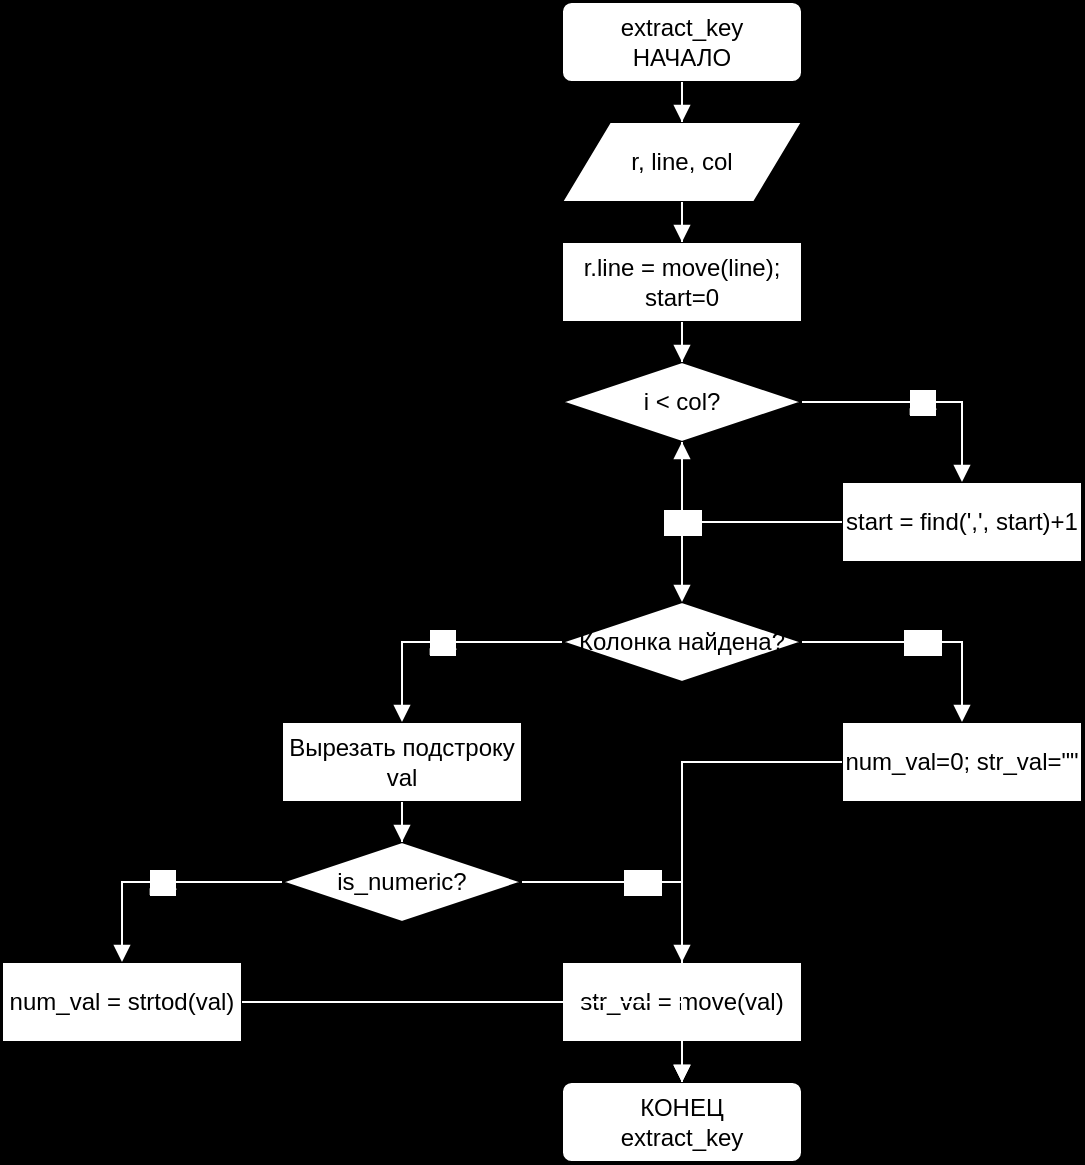
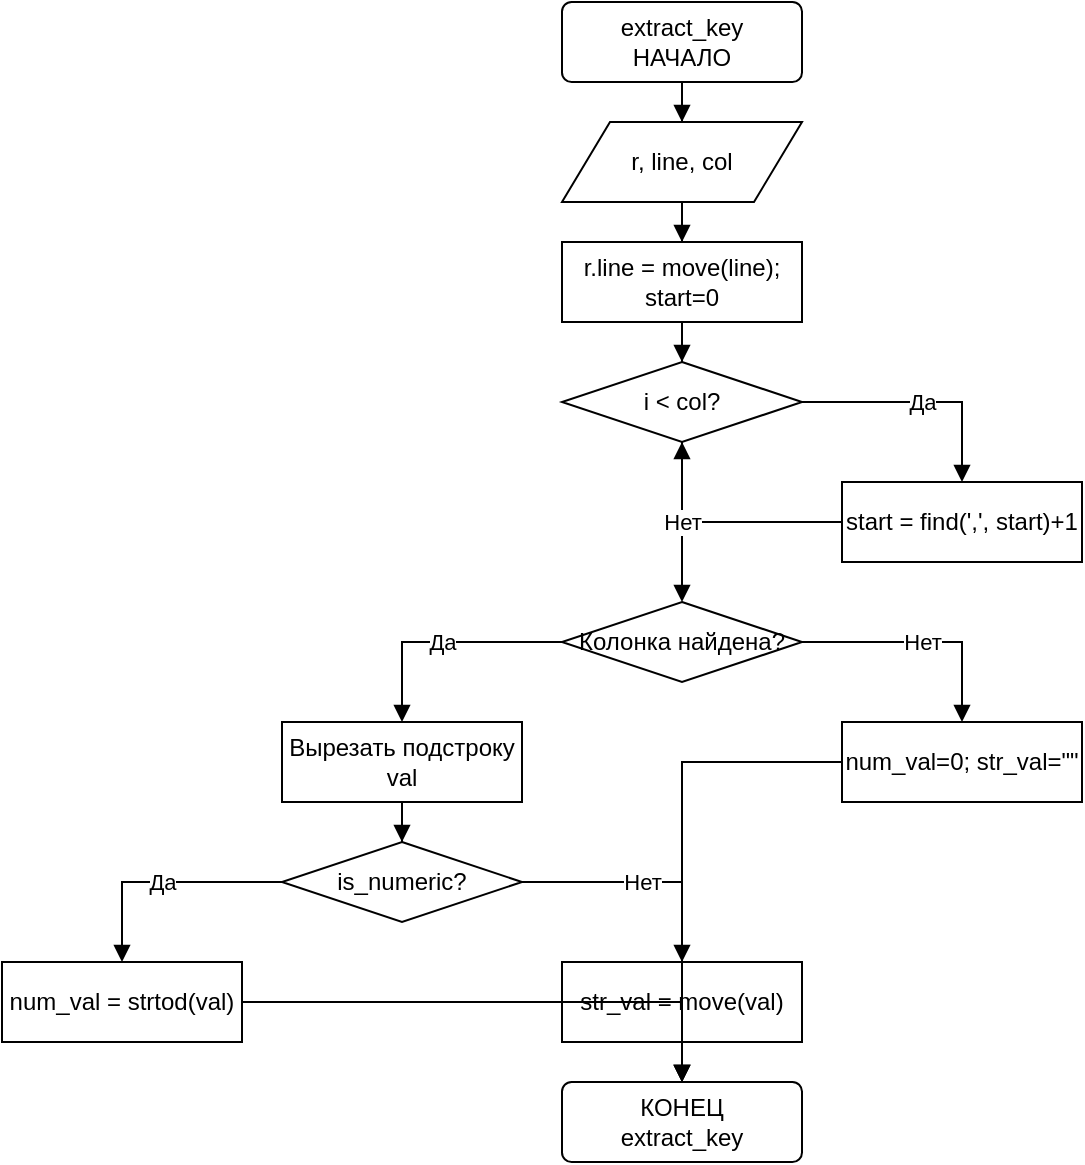
<mxfile host="Electron" version="29.6.1">
  <diagram name="Страница-1" id="d1">
-     <mxGraphModel dx="1400" dy="800" grid="1" gridSize="10" guides="1" tooltips="1" connect="1" arrows="1" fold="1" page="0" pageScale="1" pageWidth="827" pageHeight="1169" math="0" shadow="0" background="#000000">
+     <mxGraphModel dx="1400" dy="800" grid="1" gridSize="10" guides="1" tooltips="1" connect="1" arrows="1" fold="1" page="0" pageScale="1" pageWidth="827" pageHeight="1169" math="0" shadow="0" background="#ffffff">
      <root>
        <mxCell id="0" />
        <mxCell id="1" parent="0" />
        <mxCell id="a" value="&lt;div&gt;extract_key&lt;/div&gt;&lt;div&gt;НАЧАЛО&lt;/div&gt;" style="rounded=1;arcSize=12;whiteSpace=wrap;html=1;fillColor=#ffffff;strokeColor=#000000;fontColor=#000000;" vertex="1" parent="1"><mxGeometry x="160" y="0" width="120" height="40" as="geometry" /></mxCell>
        <mxCell id="io" value="r, line, col" style="shape=parallelogram;perimeter=parallelogramPerimeter;whiteSpace=wrap;html=1;fillColor=#ffffff;strokeColor=#000000;fontColor=#000000;" vertex="1" parent="1"><mxGeometry x="160" y="60" width="120" height="40" as="geometry" /></mxCell>
        <mxCell id="p0" value="r.line = move(line); start=0" style="rounded=0;whiteSpace=wrap;html=1;fillColor=#ffffff;strokeColor=#000000;fontColor=#000000;" vertex="1" parent="1"><mxGeometry x="160" y="120" width="120" height="40" as="geometry" /></mxCell>
        <mxCell id="c1" value="i &lt; col?" style="rhombus;whiteSpace=wrap;html=1;fillColor=#ffffff;strokeColor=#000000;fontColor=#000000;" vertex="1" parent="1"><mxGeometry x="160" y="180" width="120" height="40" as="geometry" /></mxCell>
        <mxCell id="b1" value="start = find(',', start)+1" style="rounded=0;whiteSpace=wrap;html=1;fillColor=#ffffff;strokeColor=#000000;fontColor=#000000;" vertex="1" parent="1"><mxGeometry x="300" y="240" width="120" height="40" as="geometry" /></mxCell>
        <mxCell id="c2" value="Колонка найдена?" style="rhombus;whiteSpace=wrap;html=1;fillColor=#ffffff;strokeColor=#000000;fontColor=#000000;" vertex="1" parent="1"><mxGeometry x="160" y="300" width="120" height="40" as="geometry" /></mxCell>
        <mxCell id="p1" value="Вырезать подстроку val" style="rounded=0;whiteSpace=wrap;html=1;fillColor=#ffffff;strokeColor=#000000;fontColor=#000000;" vertex="1" parent="1"><mxGeometry x="20" y="360" width="120" height="40" as="geometry" /></mxCell>
        <mxCell id="c3" value="is_numeric?" style="rhombus;whiteSpace=wrap;html=1;fillColor=#ffffff;strokeColor=#000000;fontColor=#000000;" vertex="1" parent="1"><mxGeometry x="20" y="420" width="120" height="40" as="geometry" /></mxCell>
        <mxCell id="p2" value="num_val = strtod(val)" style="rounded=0;whiteSpace=wrap;html=1;fillColor=#ffffff;strokeColor=#000000;fontColor=#000000;" vertex="1" parent="1"><mxGeometry x="-120" y="480" width="120" height="40" as="geometry" /></mxCell>
        <mxCell id="p3" value="str_val = move(val)" style="rounded=0;whiteSpace=wrap;html=1;fillColor=#ffffff;strokeColor=#000000;fontColor=#000000;" vertex="1" parent="1"><mxGeometry x="160" y="480" width="120" height="40" as="geometry" /></mxCell>
        <mxCell id="p4" value="num_val=0; str_val=&quot;&quot;" style="rounded=0;whiteSpace=wrap;html=1;fillColor=#ffffff;strokeColor=#000000;fontColor=#000000;" vertex="1" parent="1"><mxGeometry x="300" y="360" width="120" height="40" as="geometry" /></mxCell>
        <mxCell id="e" value="&lt;div&gt;КОНЕЦ&lt;/div&gt;&lt;div&gt;extract_key&lt;/div&gt;" style="rounded=1;arcSize=12;whiteSpace=wrap;html=1;fillColor=#ffffff;strokeColor=#000000;fontColor=#000000;" vertex="1" parent="1"><mxGeometry x="160" y="540" width="120" height="40" as="geometry" /></mxCell>
-         <mxCell id="e0" value="" style="edgeStyle=orthogonalEdgeStyle;rounded=0;orthogonalLoop=1;jettySize=auto;html=1;endArrow=block;endFill=1;strokeColor=#ffffff;fontColor=#ffffff;" edge="1" parent="1" source="a" target="io"><mxGeometry relative="1" as="geometry" /></mxCell>
-         <mxCell id="e1" value="" style="edgeStyle=orthogonalEdgeStyle;rounded=0;orthogonalLoop=1;jettySize=auto;html=1;endArrow=block;endFill=1;strokeColor=#ffffff;fontColor=#ffffff;" edge="1" parent="1" source="io" target="p0"><mxGeometry relative="1" as="geometry" /></mxCell>
-         <mxCell id="e2" value="" style="edgeStyle=orthogonalEdgeStyle;rounded=0;orthogonalLoop=1;jettySize=auto;html=1;endArrow=block;endFill=1;strokeColor=#ffffff;fontColor=#ffffff;" edge="1" parent="1" source="p0" target="c1"><mxGeometry relative="1" as="geometry" /></mxCell>
-         <mxCell id="e3" value="Да" style="edgeStyle=orthogonalEdgeStyle;rounded=0;orthogonalLoop=1;jettySize=auto;html=1;endArrow=block;endFill=1;strokeColor=#ffffff;fontColor=#ffffff;" edge="1" parent="1" source="c1" target="b1"><mxGeometry relative="1" as="geometry" /></mxCell>
-         <mxCell id="e4" value="" style="edgeStyle=orthogonalEdgeStyle;rounded=0;orthogonalLoop=1;jettySize=auto;html=1;endArrow=block;endFill=1;strokeColor=#ffffff;fontColor=#ffffff;" edge="1" parent="1" source="b1" target="c1"><mxGeometry relative="1" as="geometry" /></mxCell>
-         <mxCell id="e5" value="Нет" style="edgeStyle=orthogonalEdgeStyle;rounded=0;orthogonalLoop=1;jettySize=auto;html=1;endArrow=block;endFill=1;strokeColor=#ffffff;fontColor=#ffffff;" edge="1" parent="1" source="c1" target="c2"><mxGeometry relative="1" as="geometry" /></mxCell>
-         <mxCell id="e6" value="Да" style="edgeStyle=orthogonalEdgeStyle;rounded=0;orthogonalLoop=1;jettySize=auto;html=1;endArrow=block;endFill=1;strokeColor=#ffffff;fontColor=#ffffff;" edge="1" parent="1" source="c2" target="p1"><mxGeometry relative="1" as="geometry" /></mxCell>
-         <mxCell id="e7" value="Нет" style="edgeStyle=orthogonalEdgeStyle;rounded=0;orthogonalLoop=1;jettySize=auto;html=1;endArrow=block;endFill=1;strokeColor=#ffffff;fontColor=#ffffff;" edge="1" parent="1" source="c2" target="p4"><mxGeometry relative="1" as="geometry" /></mxCell>
-         <mxCell id="e8" value="" style="edgeStyle=orthogonalEdgeStyle;rounded=0;orthogonalLoop=1;jettySize=auto;html=1;endArrow=block;endFill=1;strokeColor=#ffffff;fontColor=#ffffff;" edge="1" parent="1" source="p1" target="c3"><mxGeometry relative="1" as="geometry" /></mxCell>
-         <mxCell id="e9" value="Да" style="edgeStyle=orthogonalEdgeStyle;rounded=0;orthogonalLoop=1;jettySize=auto;html=1;endArrow=block;endFill=1;strokeColor=#ffffff;fontColor=#ffffff;" edge="1" parent="1" source="c3" target="p2"><mxGeometry relative="1" as="geometry" /></mxCell>
-         <mxCell id="e10" value="Нет" style="edgeStyle=orthogonalEdgeStyle;rounded=0;orthogonalLoop=1;jettySize=auto;html=1;endArrow=block;endFill=1;strokeColor=#ffffff;fontColor=#ffffff;" edge="1" parent="1" source="c3" target="p3"><mxGeometry relative="1" as="geometry" /></mxCell>
-         <mxCell id="e11" value="" style="edgeStyle=orthogonalEdgeStyle;rounded=0;orthogonalLoop=1;jettySize=auto;html=1;endArrow=block;endFill=1;strokeColor=#ffffff;fontColor=#ffffff;" edge="1" parent="1" source="p2" target="e"><mxGeometry relative="1" as="geometry" /></mxCell>
-         <mxCell id="e12" value="" style="edgeStyle=orthogonalEdgeStyle;rounded=0;orthogonalLoop=1;jettySize=auto;html=1;endArrow=block;endFill=1;strokeColor=#ffffff;fontColor=#ffffff;" edge="1" parent="1" source="p3" target="e"><mxGeometry relative="1" as="geometry" /></mxCell>
-         <mxCell id="e13" value="" style="edgeStyle=orthogonalEdgeStyle;rounded=0;orthogonalLoop=1;jettySize=auto;html=1;endArrow=block;endFill=1;strokeColor=#ffffff;fontColor=#ffffff;" edge="1" parent="1" source="p4" target="e"><mxGeometry relative="1" as="geometry" /></mxCell>
+         <mxCell id="e0" value="" style="edgeStyle=orthogonalEdgeStyle;rounded=0;orthogonalLoop=1;jettySize=auto;html=1;endArrow=block;endFill=1;strokeColor=#000000;fontColor=#000000;" edge="1" parent="1" source="a" target="io"><mxGeometry relative="1" as="geometry" /></mxCell>
+         <mxCell id="e1" value="" style="edgeStyle=orthogonalEdgeStyle;rounded=0;orthogonalLoop=1;jettySize=auto;html=1;endArrow=block;endFill=1;strokeColor=#000000;fontColor=#000000;" edge="1" parent="1" source="io" target="p0"><mxGeometry relative="1" as="geometry" /></mxCell>
+         <mxCell id="e2" value="" style="edgeStyle=orthogonalEdgeStyle;rounded=0;orthogonalLoop=1;jettySize=auto;html=1;endArrow=block;endFill=1;strokeColor=#000000;fontColor=#000000;" edge="1" parent="1" source="p0" target="c1"><mxGeometry relative="1" as="geometry" /></mxCell>
+         <mxCell id="e3" value="Да" style="edgeStyle=orthogonalEdgeStyle;rounded=0;orthogonalLoop=1;jettySize=auto;html=1;endArrow=block;endFill=1;strokeColor=#000000;fontColor=#000000;" edge="1" parent="1" source="c1" target="b1"><mxGeometry relative="1" as="geometry" /></mxCell>
+         <mxCell id="e4" value="" style="edgeStyle=orthogonalEdgeStyle;rounded=0;orthogonalLoop=1;jettySize=auto;html=1;endArrow=block;endFill=1;strokeColor=#000000;fontColor=#000000;" edge="1" parent="1" source="b1" target="c1"><mxGeometry relative="1" as="geometry" /></mxCell>
+         <mxCell id="e5" value="Нет" style="edgeStyle=orthogonalEdgeStyle;rounded=0;orthogonalLoop=1;jettySize=auto;html=1;endArrow=block;endFill=1;strokeColor=#000000;fontColor=#000000;" edge="1" parent="1" source="c1" target="c2"><mxGeometry relative="1" as="geometry" /></mxCell>
+         <mxCell id="e6" value="Да" style="edgeStyle=orthogonalEdgeStyle;rounded=0;orthogonalLoop=1;jettySize=auto;html=1;endArrow=block;endFill=1;strokeColor=#000000;fontColor=#000000;" edge="1" parent="1" source="c2" target="p1"><mxGeometry relative="1" as="geometry" /></mxCell>
+         <mxCell id="e7" value="Нет" style="edgeStyle=orthogonalEdgeStyle;rounded=0;orthogonalLoop=1;jettySize=auto;html=1;endArrow=block;endFill=1;strokeColor=#000000;fontColor=#000000;" edge="1" parent="1" source="c2" target="p4"><mxGeometry relative="1" as="geometry" /></mxCell>
+         <mxCell id="e8" value="" style="edgeStyle=orthogonalEdgeStyle;rounded=0;orthogonalLoop=1;jettySize=auto;html=1;endArrow=block;endFill=1;strokeColor=#000000;fontColor=#000000;" edge="1" parent="1" source="p1" target="c3"><mxGeometry relative="1" as="geometry" /></mxCell>
+         <mxCell id="e9" value="Да" style="edgeStyle=orthogonalEdgeStyle;rounded=0;orthogonalLoop=1;jettySize=auto;html=1;endArrow=block;endFill=1;strokeColor=#000000;fontColor=#000000;" edge="1" parent="1" source="c3" target="p2"><mxGeometry relative="1" as="geometry" /></mxCell>
+         <mxCell id="e10" value="Нет" style="edgeStyle=orthogonalEdgeStyle;rounded=0;orthogonalLoop=1;jettySize=auto;html=1;endArrow=block;endFill=1;strokeColor=#000000;fontColor=#000000;" edge="1" parent="1" source="c3" target="p3"><mxGeometry relative="1" as="geometry" /></mxCell>
+         <mxCell id="e11" value="" style="edgeStyle=orthogonalEdgeStyle;rounded=0;orthogonalLoop=1;jettySize=auto;html=1;endArrow=block;endFill=1;strokeColor=#000000;fontColor=#000000;" edge="1" parent="1" source="p2" target="e"><mxGeometry relative="1" as="geometry" /></mxCell>
+         <mxCell id="e12" value="" style="edgeStyle=orthogonalEdgeStyle;rounded=0;orthogonalLoop=1;jettySize=auto;html=1;endArrow=block;endFill=1;strokeColor=#000000;fontColor=#000000;" edge="1" parent="1" source="p3" target="e"><mxGeometry relative="1" as="geometry" /></mxCell>
+         <mxCell id="e13" value="" style="edgeStyle=orthogonalEdgeStyle;rounded=0;orthogonalLoop=1;jettySize=auto;html=1;endArrow=block;endFill=1;strokeColor=#000000;fontColor=#000000;" edge="1" parent="1" source="p4" target="e"><mxGeometry relative="1" as="geometry" /></mxCell>
      </root>
    </mxGraphModel>
  </diagram>
</mxfile>